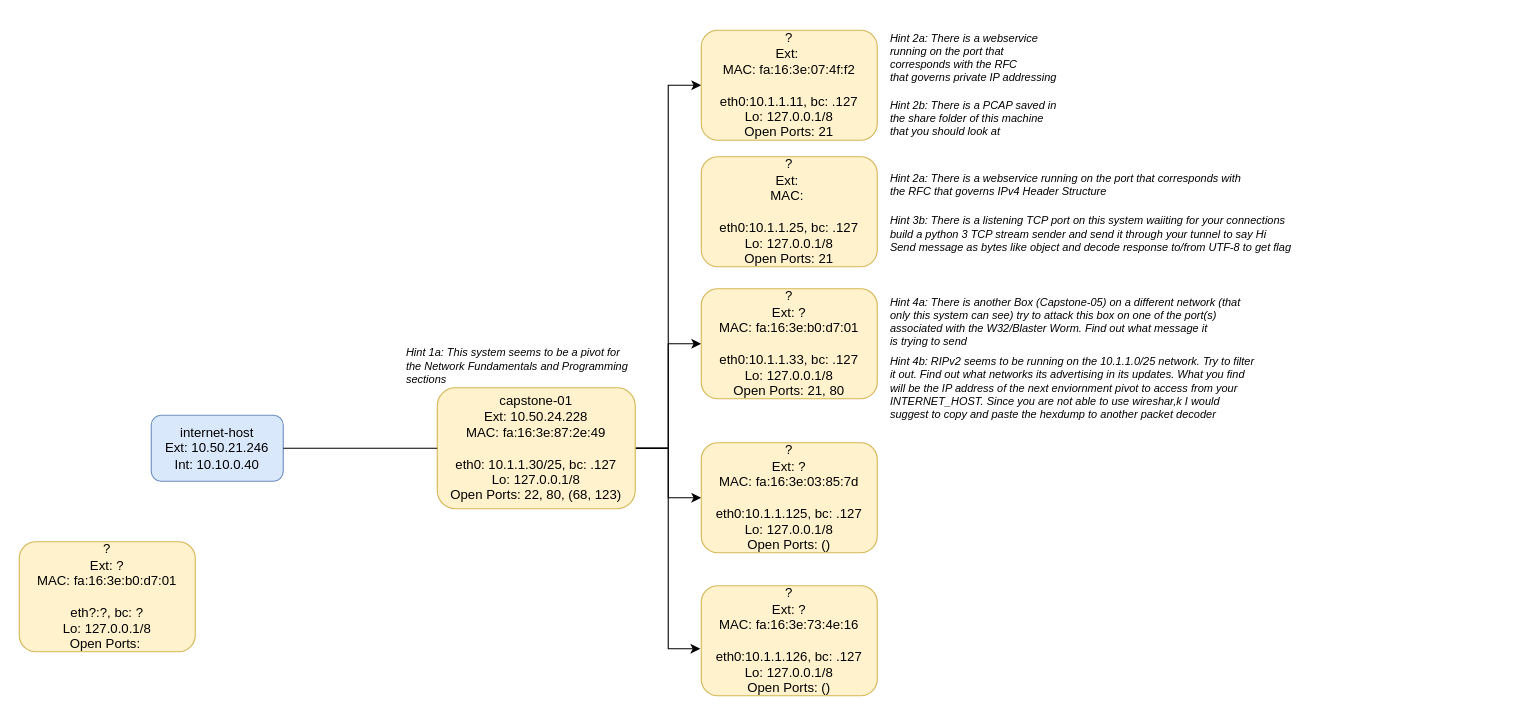
The draw.io diagram ctf/Capstone1.drawio in abfarr/cctc, before the edit. Source tidied: cells renumbered, new cells numbered last; positions are measured from the earlier drawing's top-left corner, leaving out a move shared by most shapes. Both pictures are drawn from the tidied source at 110%, with x=0, y=0 at pixel (19, 30).
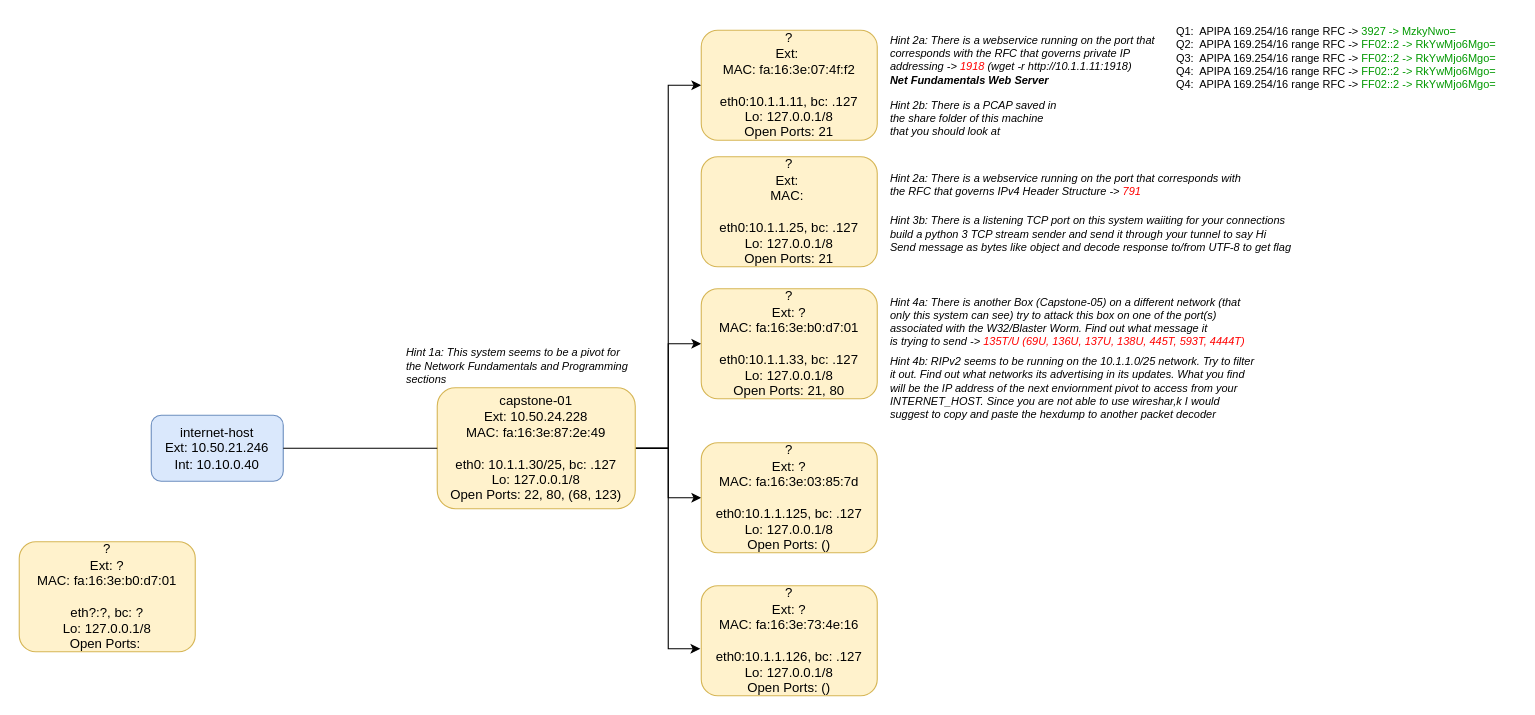
Above is the later version.

Diff of the diagram source:
```diff
@@
-    <mxCell id="15" value="Hint 2a: There is a webservice &lt;br style=&quot;font-size: 10px&quot;&gt;running on the port that &lt;br style=&quot;font-size: 10px&quot;&gt;corresponds with the RFC &lt;br style=&quot;font-size: 10px&quot;&gt;that governs private IP addressing" style="text;html=1;align=left;verticalAlign=middle;strokeColor=none;fillColor=none;fontStyle=2;fontSize=10;" parent="1" vertex="1">
-      <mxGeometry x="790" width="170" height="50" as="geometry" />
+    <mxCell id="15" value="Hint 2a: There is a webservice running on the port that &lt;br style=&quot;font-size: 10px&quot;&gt;corresponds with the RFC that governs private IP &lt;br&gt;addressing -&amp;gt; &lt;font color=&quot;#ff0000&quot;&gt;1918&amp;nbsp;&lt;/font&gt;(wget -r http://10.1.1.11:1918)&lt;br&gt;&lt;b&gt;Net Fundamentals Web Server&lt;/b&gt;" style="text;html=1;align=left;verticalAlign=middle;strokeColor=none;fillColor=none;fontStyle=2;fontSize=10;" parent="1" vertex="1">
+      <mxGeometry x="790" y="2" width="260" height="50" as="geometry" />
     </mxCell>
@@
-    <mxCell id="17" value="Hint 2a: There is a webservice running on the port that corresponds with&amp;nbsp;&lt;br&gt;the RFC that governs IPv4 Header Structure" style="text;html=1;align=left;verticalAlign=middle;strokeColor=none;fillColor=none;fontStyle=2;fontSize=10;" parent="1" vertex="1">
+    <mxCell id="17" value="Hint 2a: There is a webservice running on the port that corresponds with&amp;nbsp;&lt;br&gt;the RFC that governs IPv4 Header Structure -&amp;gt; &lt;font color=&quot;#ff0000&quot;&gt;791&lt;/font&gt;" style="text;html=1;align=left;verticalAlign=middle;strokeColor=none;fillColor=none;fontStyle=2;fontSize=10;" parent="1" vertex="1">
       <mxGeometry x="790" y="125" width="340" height="30" as="geometry" />
     </mxCell>
@@
-    <mxCell id="19" value="Hint 4a: There is another Box (Capstone-05) on a different network (that&lt;br&gt;only this system can see) try to attack this box on one of the port(s)&amp;nbsp;&lt;br&gt;associated with the W32/Blaster Worm. Find out what message it&lt;br&gt;is trying to send" style="text;html=1;align=left;verticalAlign=middle;strokeColor=none;fillColor=none;fontStyle=2;fontSize=10;" parent="1" vertex="1">
-      <mxGeometry x="790" y="240" width="330" height="50" as="geometry" />
+    <mxCell id="19" value="Hint 4a: There is another Box (Capstone-05) on a different network (that&lt;br&gt;only this system can see) try to attack this box on one of the port(s)&amp;nbsp;&lt;br&gt;associated with the W32/Blaster Worm. Find out what message it&lt;br&gt;is trying to send -&amp;gt;&amp;nbsp;&lt;font color=&quot;#ff0000&quot;&gt;135T/U (69U, 136U, 137U, 138U, 445T, 593T, 4444T)&lt;/font&gt;" style="text;html=1;align=left;verticalAlign=middle;strokeColor=none;fillColor=none;fontStyle=2;fontSize=10;" parent="1" vertex="1">
+      <mxGeometry x="790" y="240" width="340" height="50" as="geometry" />
     </mxCell>
@@
+    <mxCell id="22" value="&lt;font color=&quot;#000000&quot;&gt;Q1:&amp;nbsp; APIPA 169.254/16 range RFC -&amp;gt;&lt;/font&gt;&lt;font color=&quot;#009900&quot;&gt;&amp;nbsp;3927 -&amp;gt; MzkyNwo=&lt;br&gt;&lt;/font&gt;&lt;font color=&quot;#000000&quot;&gt;Q2:&amp;nbsp; APIPA 169.254/16 range RFC -&amp;gt;&lt;/font&gt;&lt;font color=&quot;#009900&quot;&gt;&amp;nbsp;FF02::2 -&amp;gt;&amp;nbsp;&lt;/font&gt;&lt;font color=&quot;#009900&quot;&gt;RkYwMjo6Mgo=&lt;br&gt;&lt;/font&gt;&lt;font color=&quot;#000000&quot;&gt;Q3:&amp;nbsp; APIPA 169.254/16 range RFC -&amp;gt;&lt;/font&gt;&lt;font color=&quot;#009900&quot;&gt;&amp;nbsp;FF02::2 -&amp;gt;&amp;nbsp;&lt;/font&gt;&lt;font color=&quot;#009900&quot;&gt;RkYwMjo6Mgo=&lt;br&gt;&lt;/font&gt;&lt;font color=&quot;#000000&quot;&gt;Q4:&amp;nbsp; APIPA 169.254/16 range RFC -&amp;gt;&lt;/font&gt;&lt;font color=&quot;#009900&quot;&gt;&amp;nbsp;FF02::2 -&amp;gt;&amp;nbsp;&lt;/font&gt;&lt;font color=&quot;#009900&quot;&gt;RkYwMjo6Mgo=&lt;br&gt;&lt;/font&gt;&lt;font color=&quot;#000000&quot;&gt;Q4:&amp;nbsp; APIPA 169.254/16 range RFC -&amp;gt;&lt;/font&gt;&lt;font color=&quot;#009900&quot;&gt;&amp;nbsp;FF02::2 -&amp;gt;&amp;nbsp;&lt;/font&gt;&lt;font color=&quot;#009900&quot;&gt;RkYwMjo6Mgo=&lt;/font&gt;&lt;font color=&quot;#009900&quot;&gt;&lt;br&gt;&lt;/font&gt;" style="text;html=1;align=left;verticalAlign=middle;strokeColor=none;fillColor=none;fontSize=10;fontColor=#FF0000;" parent="1" vertex="1">
+      <mxGeometry x="1050" y="-10" width="310" height="70" as="geometry" />
+    </mxCell>
```
